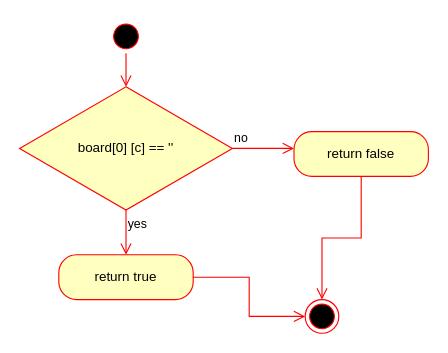
c-tollison/extendedConnectX keeps this draw.io diagram as DRAW_IO/checkIfFree_AD.drawio. Above is the earlier version. Source tidied: cells renumbered, new cells numbered last; positions are measured from the earlier drawing's top-left corner, leaving out a move shared by most shapes. Both pictures are drawn from the tidied source at 112%, with x=0, y=0 at pixel (19, 19).
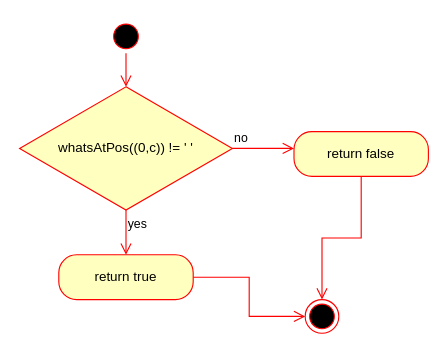
After the change.

Diff of the diagram source:
```diff
@@
 <mxGraphModel>
   <root>
     <mxCell id="0" />
     <mxCell id="1" parent="0" />
     <mxCell id="2" style="ellipse;html=1;shape=startState;fillColor=#000000;strokeColor=#ff0000;" parent="1" vertex="1">
       <mxGeometry x="80" width="30" height="30" as="geometry" />
     </mxCell>
     <mxCell id="3" style="edgeStyle=orthogonalEdgeStyle;html=1;verticalAlign=bottom;endArrow=open;endSize=8;strokeColor=#ff0000;rounded=0;" parent="1" edge="1" source="2">
       <mxGeometry relative="1" as="geometry">
         <mxPoint x="95" y="60" as="targetPoint" />
       </mxGeometry>
     </mxCell>
-    <mxCell id="4" value="board[0] [c] == ''" style="rhombus;whiteSpace=wrap;html=1;fillColor=#ffffc0;strokeColor=#ff0000;" parent="1" vertex="1">
+    <mxCell id="4" value="whatsAtPos((0,c)) != ' '" style="rhombus;whiteSpace=wrap;html=1;fillColor=#ffffc0;strokeColor=#ff0000;" parent="1" vertex="1">
       <mxGeometry y="60" width="190" height="110" as="geometry" />
     </mxCell>
     <mxCell id="5" value="no" style="edgeStyle=orthogonalEdgeStyle;html=1;align=left;verticalAlign=bottom;endArrow=open;endSize=8;strokeColor=#ff0000;rounded=0;" parent="1" edge="1" source="4">
       <mxGeometry x="-1" relative="1" as="geometry">
         <mxPoint x="245" y="115" as="targetPoint" />
       </mxGeometry>
     </mxCell>
     <mxCell id="6" value="yes" style="edgeStyle=orthogonalEdgeStyle;html=1;align=left;verticalAlign=top;endArrow=open;endSize=8;strokeColor=#ff0000;rounded=0;" parent="1" edge="1" source="4">
       <mxGeometry x="-1" relative="1" as="geometry">
         <mxPoint x="95" y="210" as="targetPoint" />
       </mxGeometry>
     </mxCell>
     <mxCell id="7" value="return false" style="rounded=1;whiteSpace=wrap;html=1;arcSize=40;fontColor=#000000;fillColor=#ffffc0;strokeColor=#ff0000;" parent="1" vertex="1">
       <mxGeometry x="245" y="100" width="120" height="40" as="geometry" />
     </mxCell>
     <mxCell id="8" style="edgeStyle=orthogonalEdgeStyle;html=1;verticalAlign=bottom;endArrow=open;endSize=8;strokeColor=#ff0000;rounded=0;entryX=0.5;entryY=0;entryDx=0;entryDy=0;" parent="1" edge="1" source="7" target="11">
       <mxGeometry relative="1" as="geometry" />
     </mxCell>
     <mxCell id="9" value="return true" style="rounded=1;whiteSpace=wrap;html=1;arcSize=40;fontColor=#000000;fillColor=#ffffc0;strokeColor=#ff0000;" parent="1" vertex="1">
       <mxGeometry x="35" y="210" width="120" height="40" as="geometry" />
     </mxCell>
     <mxCell id="10" style="edgeStyle=orthogonalEdgeStyle;html=1;verticalAlign=bottom;endArrow=open;endSize=8;strokeColor=#ff0000;rounded=0;entryX=0;entryY=0.5;entryDx=0;entryDy=0;" parent="1" edge="1" source="9" target="11">
       <mxGeometry relative="1" as="geometry" />
     </mxCell>
     <mxCell id="11" style="ellipse;html=1;shape=endState;fillColor=#000000;strokeColor=#ff0000;" parent="1" vertex="1">
       <mxGeometry x="255" y="250" width="30" height="30" as="geometry" />
     </mxCell>
   </root>
 </mxGraphModel>
```
